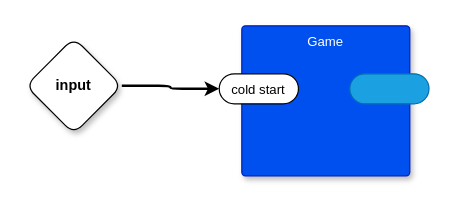
The draw.io diagram page "main" (1 of 3) of dc0d.drawio in guitarvydas/dc0d, before the edit. Source tidied: cells renumbered, new cells numbered last; positions are measured from the earlier drawing's top-left corner, leaving out a move shared by most shapes. Both pictures are drawn from the tidied source at 120%, with x=0, y=0 at pixel (25, 25).
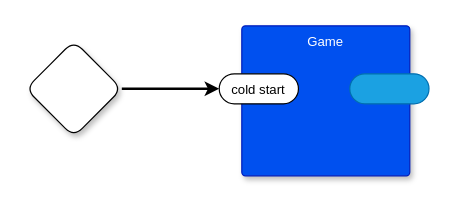
The same page after the edit.

The edit, as a diff of the source:
```diff
@@
 <mxGraphModel>
   <root>
     <mxCell id="0" />
     <mxCell id="1" parent="0" />
     <mxCell id="2" value="Game" style="rounded=1;whiteSpace=wrap;html=1;sketch=0;verticalAlign=top;arcSize=6;fontStyle=0;absoluteArcSize=1;shadow=1;strokeColor=#001DBC;fillColor=#0050ef;fontColor=#ffffff;fontFamily=Helvetica;fontSize=11;" parent="1" vertex="1">
       <mxGeometry x="180" width="140" height="125" as="geometry" />
     </mxCell>
     <mxCell id="3" value="cold start" style="rounded=1;whiteSpace=wrap;html=1;sketch=0;points=[[0,0.5,0,0,0],[1,0.5,0,0,0]];arcSize=50;fontFamily=Helvetica;fontSize=11;fontColor=default;" parent="2" vertex="1">
       <mxGeometry x="-18.8" y="40" width="66" height="25" as="geometry" />
     </mxCell>
     <mxCell id="4" style="rounded=1;whiteSpace=wrap;html=1;sketch=0;fillColor=#1ba1e2;fontColor=#ffffff;strokeColor=#006EAF;arcSize=50;fontFamily=Helvetica;fontSize=11;" parent="2" vertex="1">
       <mxGeometry x="90" y="40" width="66" height="25" as="geometry" />
     </mxCell>
-    <mxCell id="5" value="input" style="rhombus;whiteSpace=wrap;html=1;rounded=1;fontStyle=1;glass=0;sketch=0;fontSize=12;points=[[0,0.5,0,0,0],[0.5,0,0,0,0],[0.5,1,0,0,0],[1,0.5,0,0,0]];shadow=1;fontFamily=Helvetica;fontColor=default;" parent="1" vertex="1">
-      <mxGeometry y="10" width="80" height="80" as="geometry" />
+    <mxCell id="5" style="rhombus;whiteSpace=wrap;html=1;rounded=1;fontStyle=1;glass=0;sketch=0;fontSize=12;points=[[0,0.5,0,0,0],[0.5,0,0,0,0],[0.5,1,0,0,0],[1,0.5,0,0,0]];shadow=1;fontFamily=Helvetica;fontColor=default;" parent="1" vertex="1">
+      <mxGeometry y="12.5" width="80" height="80" as="geometry" />
     </mxCell>
     <mxCell id="6" style="edgeStyle=orthogonalEdgeStyle;rounded=1;jettySize=auto;html=1;exitX=1;exitY=0.5;exitDx=0;exitDy=0;exitPerimeter=0;entryX=0;entryY=0.5;entryDx=0;entryDy=0;entryPerimeter=0;curved=0;strokeWidth=2;" parent="1" edge="1" source="5" target="3">
       <mxGeometry relative="1" as="geometry" />
     </mxCell>
   </root>
 </mxGraphModel>
```
